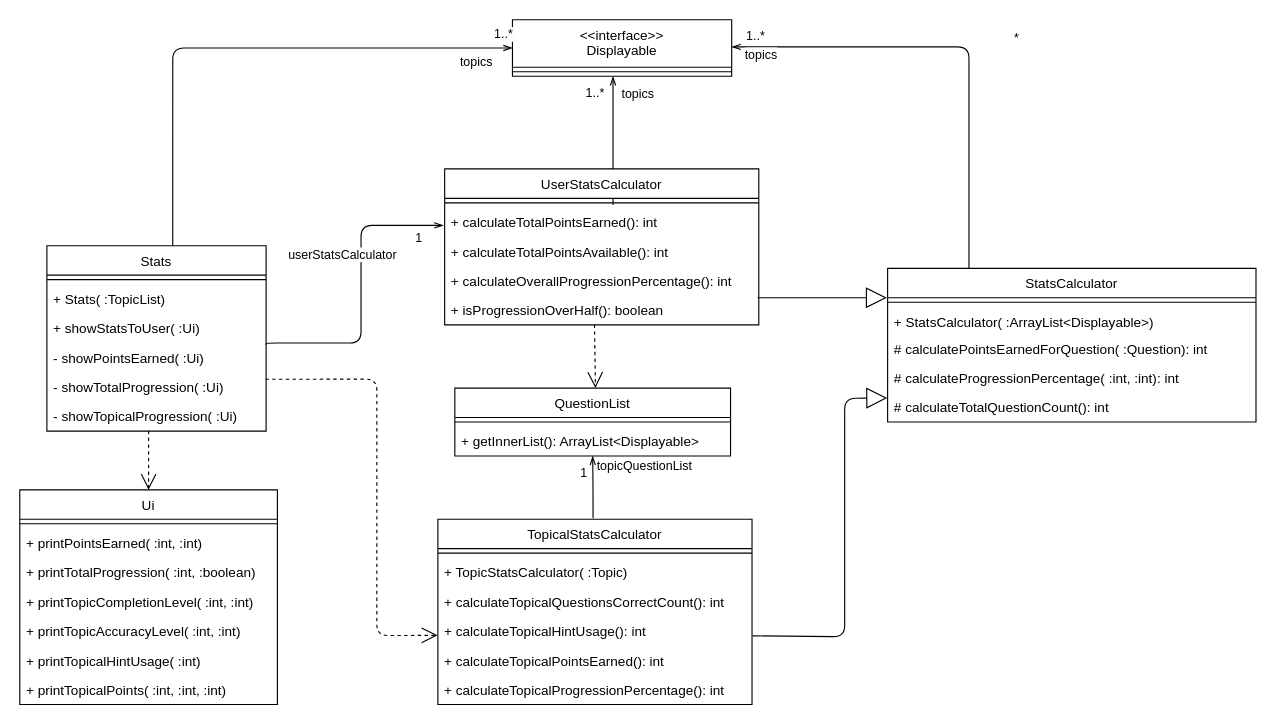
nus-cs2113-AY2021S1/tp keeps this draw.io diagram as docs/diagrams/Stats.drawio. Above is the earlier version. Source tidied: cells renumbered, new cells numbered last; positions are measured from the earlier drawing's top-left corner, leaving out a move shared by most shapes. Both pictures are drawn from the tidied source at 113%, with x=0, y=0 at pixel (19, 19).
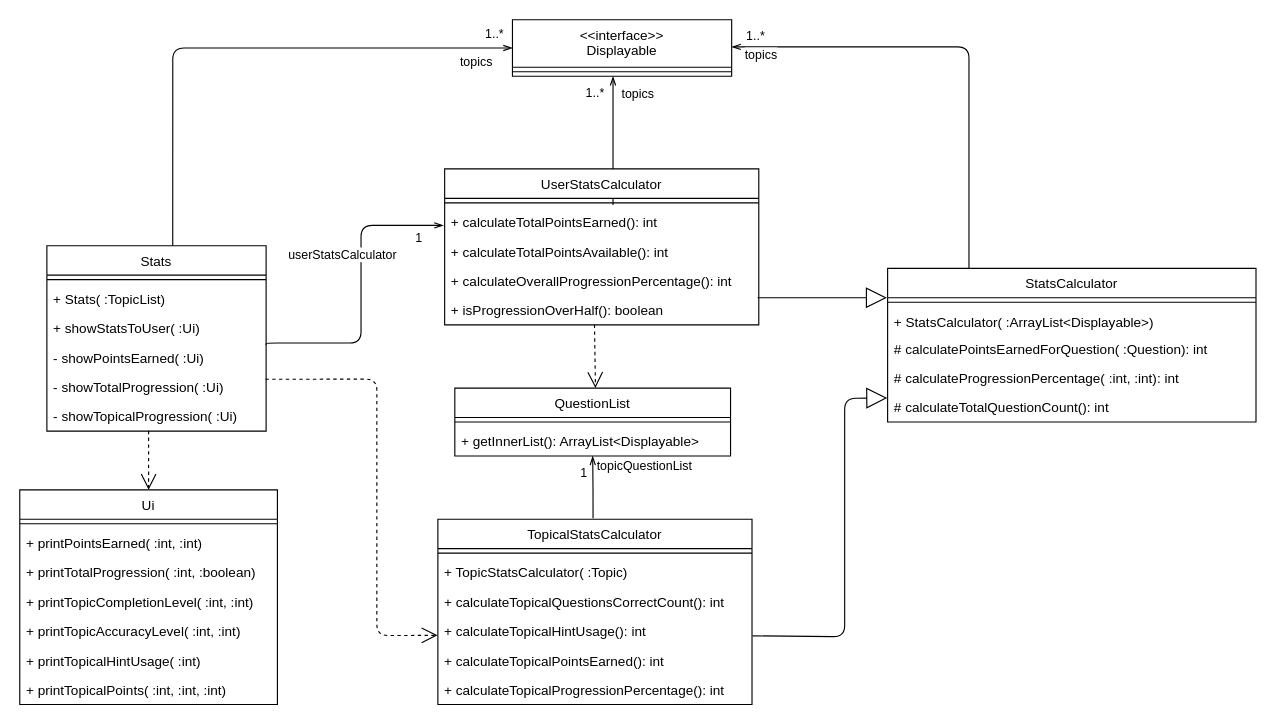
Above is the later version.

Commit message (it also covers changes not shown here):
Fix Stats class diagram.

The change refers to these unchanged cells:
```xml
<mxCell id="20" value="topics" style="endArrow=openThin;endFill=0;html=1;edgeStyle=orthogonalEdgeStyle;align=left;verticalAlign=top;exitX=0.574;exitY=0;exitDx=0;exitDy=0;exitPerimeter=0;entryX=0;entryY=0.5;entryDx=0;entryDy=0;" parent="1" edge="1" source="42" target="5">
  <mxGeometry x="0.8" y="1" relative="1" as="geometry">
    <Array as="points">
      <mxPoint x="135" y="25" />
    </Array>
  </mxGeometry>
</mxCell>
<mxCell id="22" value="topics" style="endArrow=openThin;endFill=0;html=1;edgeStyle=orthogonalEdgeStyle;align=left;verticalAlign=top;" parent="1" edge="1" source="10" target="5">
  <mxGeometry x="0.95" y="-6" relative="1" as="geometry">
    <Array as="points">
      <mxPoint x="840" y="24" />
    </Array>
  </mxGeometry>
</mxCell>
```

The edit, as a diff of the source:
```diff
@@
     <mxCell id="21" value="1..*" style="edgeLabel;html=1;align=center;verticalAlign=middle;" parent="20" vertex="1">
       <mxGeometry x="0.41" y="2" relative="1" as="geometry">
-        <mxPoint x="131.8" y="-11" as="offset" />
+        <mxPoint x="123.9" y="-11" as="offset" />
       </mxGeometry>
     </mxCell>
@@
-    <mxCell id="23" value="*" style="edgeLabel;html=1;align=center;verticalAlign=middle;" parent="22" vertex="1">
-      <mxGeometry x="0.41" y="2" relative="1" as="geometry">
-        <mxPoint x="131.8" y="-11" as="offset" />
-      </mxGeometry>
-    </mxCell>
```
